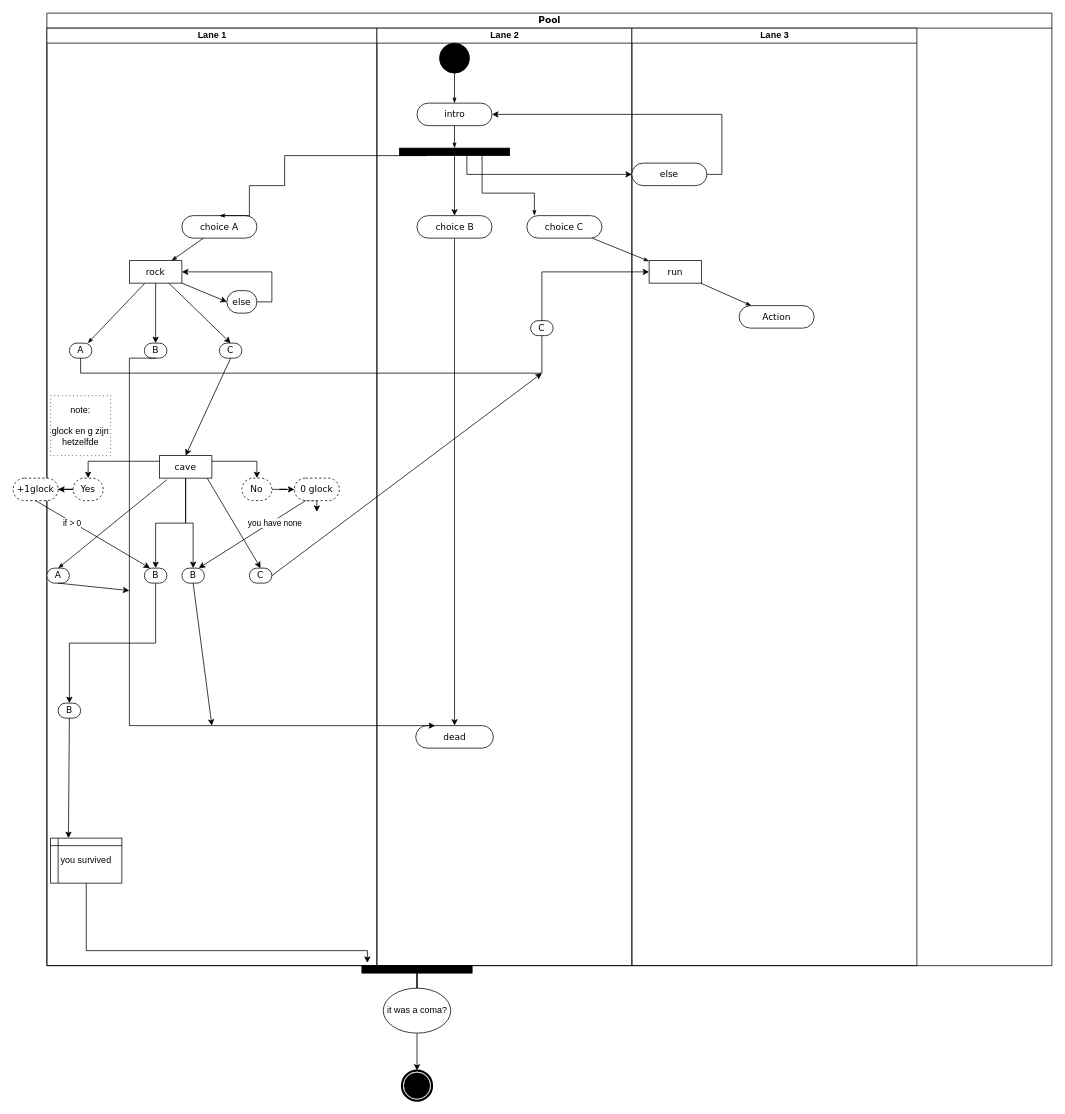
joaquinAkAjuan/hello-you keeps this draw.io diagram as Untitled Diagram.drawio. Above is the earlier version. Source tidied: cells renumbered, new cells numbered last; positions are measured from the earlier drawing's top-left corner, leaving out a move shared by most shapes. Both pictures are drawn from the tidied source at 75%, with x=0, y=0 at pixel (13, 13).
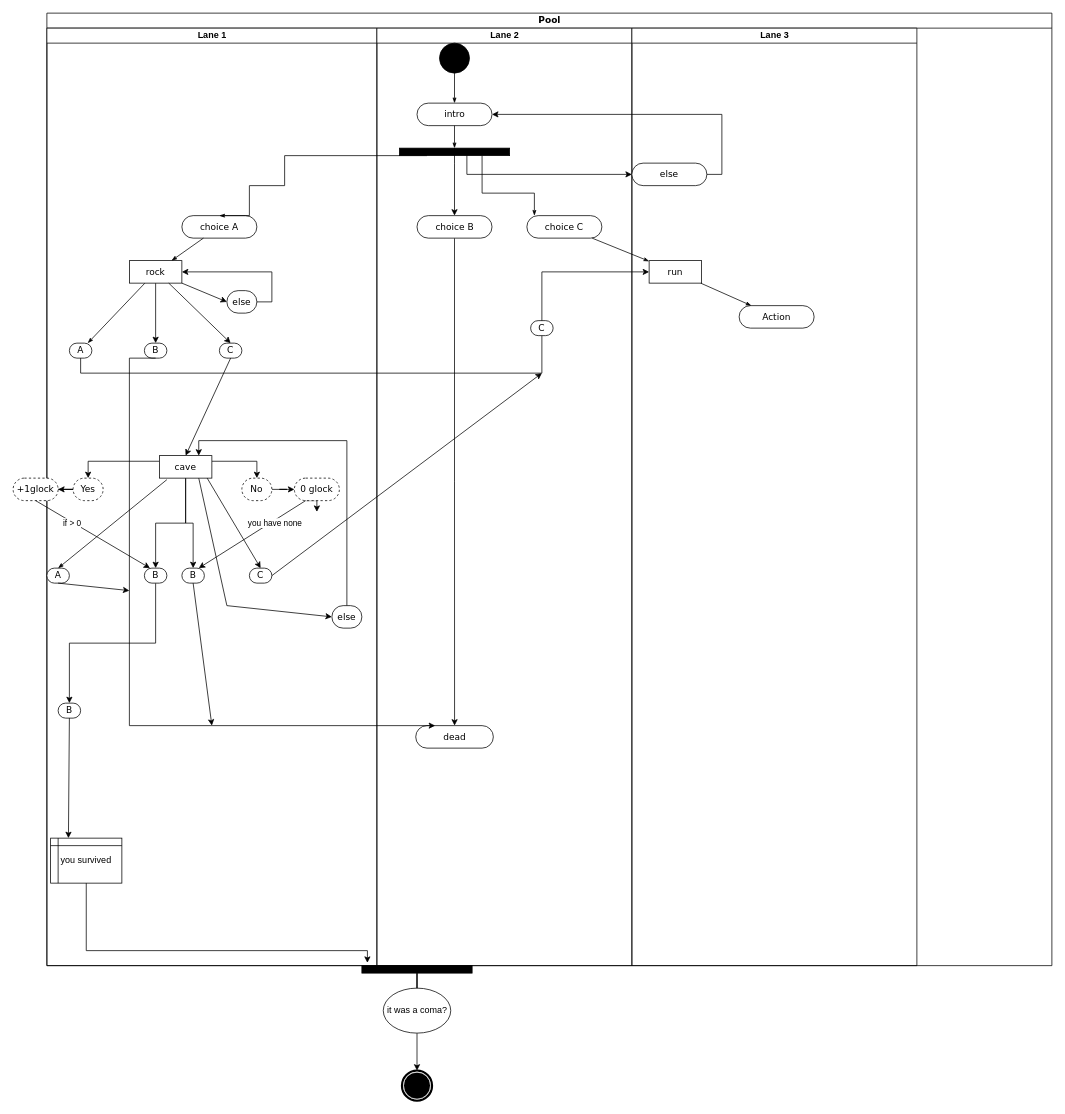
The same diagram, later.

The change refers to these unchanged cells:
```xml
<mxCell id="3" value="Lane 1" style="swimlane;html=1;startSize=20;" parent="2" vertex="1">
  <mxGeometry y="20" width="440" height="1250" as="geometry" />
</mxCell>
<mxCell id="17" value="cave" style="rounded=0;whiteSpace=wrap;html=1;shadow=0;comic=0;labelBackgroundColor=none;strokeWidth=1;fontFamily=Verdana;fontSize=12;align=center;arcSize=50;" parent="3" vertex="1">
  <mxGeometry x="150" y="570" width="70" height="30" as="geometry" />
</mxCell>
```

What changed in the source:
```diff
@@
-    <mxCell id="35" value="note:&lt;br&gt;&lt;br&gt;glock en g zijn hetzelfde" style="whiteSpace=wrap;html=1;dashed=1;fillStyle=auto;dashPattern=1 4;" parent="3" vertex="1">
-      <mxGeometry x="5" y="490" width="80" height="80" as="geometry" />
-    </mxCell>
@@
+    <mxCell id="76" style="edgeStyle=orthogonalEdgeStyle;rounded=0;jettySize=auto;html=1;exitX=0.5;exitY=0;exitDx=0;exitDy=0;entryX=0.75;entryY=0;entryDx=0;entryDy=0;" parent="3" edge="1" source="77" target="17">
+      <mxGeometry relative="1" as="geometry" />
+    </mxCell>
+    <mxCell id="77" value="else" style="rounded=1;whiteSpace=wrap;html=1;shadow=0;comic=0;labelBackgroundColor=none;strokeWidth=1;fontFamily=Verdana;fontSize=12;align=center;arcSize=50;" parent="3" vertex="1">
+      <mxGeometry x="380" y="770" width="40" height="30" as="geometry" />
+    </mxCell>
+    <mxCell id="78" style="endArrow=classic;html=1;rounded=0;exitX=0.75;exitY=1;exitDx=0;exitDy=0;entryX=0;entryY=0.5;entryDx=0;entryDy=0;" parent="3" edge="1" source="17" target="77">
+      <mxGeometry relative="1" as="geometry">
+        <Array as="points">
+          <mxPoint x="240" y="770" />
+        </Array>
+      </mxGeometry>
+    </mxCell>
```
